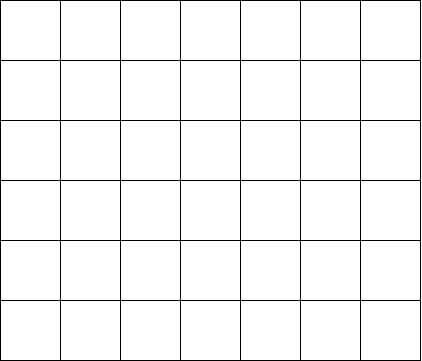
Before: Untitled Diagram.drawio.png, a diagram exported from draw.io (Take667/CIS285_EduCal_T1). Source tidied: cells renumbered, new cells last; positions are measured from the earlier drawing's top-left corner, leaving out a move shared by most shapes.
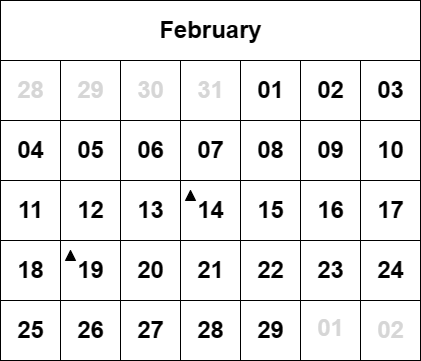
After the change.

Change to the diagram source:
```diff
@@ -107,26 +107,122 @@
     <mxCell id="36" style="rounded=0;whiteSpace=wrap;html=1;" parent="1" vertex="1">
       <mxGeometry x="360" y="240" width="60" height="60" as="geometry" />
     </mxCell>
-    <mxCell id="37" style="rounded=0;whiteSpace=wrap;html=1;" parent="1" vertex="1">
-      <mxGeometry y="300" width="60" height="60" as="geometry" />
-    </mxCell>
-    <mxCell id="38" style="rounded=0;whiteSpace=wrap;html=1;" parent="1" vertex="1">
-      <mxGeometry x="60" y="300" width="60" height="60" as="geometry" />
-    </mxCell>
-    <mxCell id="39" style="rounded=0;whiteSpace=wrap;html=1;" parent="1" vertex="1">
-      <mxGeometry x="120" y="300" width="60" height="60" as="geometry" />
-    </mxCell>
-    <mxCell id="40" style="rounded=0;whiteSpace=wrap;html=1;" parent="1" vertex="1">
-      <mxGeometry x="180" y="300" width="60" height="60" as="geometry" />
-    </mxCell>
-    <mxCell id="41" style="rounded=0;whiteSpace=wrap;html=1;" parent="1" vertex="1">
-      <mxGeometry x="240" y="300" width="60" height="60" as="geometry" />
-    </mxCell>
-    <mxCell id="42" style="rounded=0;whiteSpace=wrap;html=1;" parent="1" vertex="1">
-      <mxGeometry x="300" y="300" width="60" height="60" as="geometry" />
-    </mxCell>
-    <mxCell id="43" style="rounded=0;whiteSpace=wrap;html=1;" parent="1" vertex="1">
-      <mxGeometry x="360" y="300" width="60" height="60" as="geometry" />
-    </mxCell>
+    <mxCell id="44" style="rounded=0;whiteSpace=wrap;html=1;" parent="1" vertex="1">
+      <mxGeometry y="-60" width="420" height="60" as="geometry" />
+    </mxCell>
+    <mxCell id="45" value="February" style="text;strokeColor=none;fillColor=none;html=1;fontSize=24;fontStyle=1;verticalAlign=middle;align=center;" parent="1" vertex="1">
+      <mxGeometry x="160" y="-50" width="100" height="40" as="geometry" />
+    </mxCell>
+    <mxCell id="46" value="28" style="text;strokeColor=none;fillColor=none;html=1;fontSize=24;fontStyle=1;verticalAlign=middle;align=center;fontColor=#d6d6d6;" parent="1" vertex="1">
+      <mxGeometry x="15" y="25" width="30" height="10" as="geometry" />
+    </mxCell>
+    <mxCell id="47" value="29" style="text;strokeColor=none;fillColor=none;html=1;fontSize=24;fontStyle=1;verticalAlign=middle;align=center;fontColor=#d6d6d6;" parent="1" vertex="1">
+      <mxGeometry x="75" y="25" width="30" height="10" as="geometry" />
+    </mxCell>
+    <mxCell id="48" value="30" style="text;strokeColor=none;fillColor=none;html=1;fontSize=24;fontStyle=1;verticalAlign=middle;align=center;fontColor=#d6d6d6;" parent="1" vertex="1">
+      <mxGeometry x="135" y="25" width="30" height="10" as="geometry" />
+    </mxCell>
+    <mxCell id="49" value="31" style="text;strokeColor=none;fillColor=none;html=1;fontSize=24;fontStyle=1;verticalAlign=middle;align=center;fontColor=#d6d6d6;" parent="1" vertex="1">
+      <mxGeometry x="195" y="22.5" width="30" height="15" as="geometry" />
+    </mxCell>
+    <mxCell id="50" value="01" style="text;strokeColor=none;fillColor=none;html=1;fontSize=24;fontStyle=1;verticalAlign=middle;align=center;fontColor=#000000;" parent="1" vertex="1">
+      <mxGeometry x="255" y="25" width="30" height="10" as="geometry" />
+    </mxCell>
+    <mxCell id="51" value="02" style="text;strokeColor=none;fillColor=none;html=1;fontSize=24;fontStyle=1;verticalAlign=middle;align=center;" parent="1" vertex="1">
+      <mxGeometry x="315" y="20" width="30" height="20" as="geometry" />
+    </mxCell>
+    <mxCell id="52" value="03" style="text;strokeColor=none;fillColor=none;html=1;fontSize=24;fontStyle=1;verticalAlign=middle;align=center;" parent="1" vertex="1">
+      <mxGeometry x="375" y="20" width="30" height="20" as="geometry" />
+    </mxCell>
+    <mxCell id="53" value="04" style="text;strokeColor=none;fillColor=none;html=1;fontSize=24;fontStyle=1;verticalAlign=middle;align=center;" parent="1" vertex="1">
+      <mxGeometry x="15" y="80" width="30" height="20" as="geometry" />
+    </mxCell>
+    <mxCell id="54" value="05" style="text;strokeColor=none;fillColor=none;html=1;fontSize=24;fontStyle=1;verticalAlign=middle;align=center;" parent="1" vertex="1">
+      <mxGeometry x="75" y="80" width="30" height="20" as="geometry" />
+    </mxCell>
+    <mxCell id="55" value="06" style="text;strokeColor=none;fillColor=none;html=1;fontSize=24;fontStyle=1;verticalAlign=middle;align=center;" parent="1" vertex="1">
+      <mxGeometry x="135" y="80" width="30" height="20" as="geometry" />
+    </mxCell>
+    <mxCell id="56" value="07" style="text;strokeColor=none;fillColor=none;html=1;fontSize=24;fontStyle=1;verticalAlign=middle;align=center;" parent="1" vertex="1">
+      <mxGeometry x="195" y="80" width="30" height="20" as="geometry" />
+    </mxCell>
+    <mxCell id="57" value="08" style="text;strokeColor=none;fillColor=none;html=1;fontSize=24;fontStyle=1;verticalAlign=middle;align=center;" parent="1" vertex="1">
+      <mxGeometry x="255" y="80" width="30" height="20" as="geometry" />
+    </mxCell>
+    <mxCell id="58" value="09" style="text;strokeColor=none;fillColor=none;html=1;fontSize=24;fontStyle=1;verticalAlign=middle;align=center;" parent="1" vertex="1">
+      <mxGeometry x="315" y="80" width="30" height="20" as="geometry" />
+    </mxCell>
+    <mxCell id="59" value="10" style="text;strokeColor=none;fillColor=none;html=1;fontSize=24;fontStyle=1;verticalAlign=middle;align=center;" parent="1" vertex="1">
+      <mxGeometry x="375" y="80" width="30" height="20" as="geometry" />
+    </mxCell>
+    <mxCell id="60" value="11" style="text;strokeColor=none;fillColor=none;html=1;fontSize=24;fontStyle=1;verticalAlign=middle;align=center;" parent="1" vertex="1">
+      <mxGeometry x="15" y="140" width="30" height="20" as="geometry" />
+    </mxCell>
+    <mxCell id="61" value="12" style="text;strokeColor=none;fillColor=none;html=1;fontSize=24;fontStyle=1;verticalAlign=middle;align=center;" parent="1" vertex="1">
+      <mxGeometry x="75" y="140" width="30" height="20" as="geometry" />
+    </mxCell>
+    <mxCell id="62" value="13" style="text;strokeColor=none;fillColor=none;html=1;fontSize=24;fontStyle=1;verticalAlign=middle;align=center;" parent="1" vertex="1">
+      <mxGeometry x="135" y="140" width="30" height="20" as="geometry" />
+    </mxCell>
+    <mxCell id="63" value="14" style="text;strokeColor=none;fillColor=none;html=1;fontSize=24;fontStyle=1;verticalAlign=middle;align=center;" parent="1" vertex="1">
+      <mxGeometry x="195" y="140" width="30" height="20" as="geometry" />
+    </mxCell>
+    <mxCell id="64" value="15" style="text;strokeColor=none;fillColor=none;html=1;fontSize=24;fontStyle=1;verticalAlign=middle;align=center;" parent="1" vertex="1">
+      <mxGeometry x="255" y="140" width="30" height="20" as="geometry" />
+    </mxCell>
+    <mxCell id="65" value="16" style="text;strokeColor=none;fillColor=none;html=1;fontSize=24;fontStyle=1;verticalAlign=middle;align=center;" parent="1" vertex="1">
+      <mxGeometry x="315" y="140" width="30" height="20" as="geometry" />
+    </mxCell>
+    <mxCell id="66" value="17" style="text;strokeColor=none;fillColor=none;html=1;fontSize=24;fontStyle=1;verticalAlign=middle;align=center;" parent="1" vertex="1">
+      <mxGeometry x="375" y="140" width="30" height="20" as="geometry" />
+    </mxCell>
+    <mxCell id="67" value="18" style="text;strokeColor=none;fillColor=none;html=1;fontSize=24;fontStyle=1;verticalAlign=middle;align=center;" parent="1" vertex="1">
+      <mxGeometry x="15" y="200" width="30" height="20" as="geometry" />
+    </mxCell>
+    <mxCell id="68" value="19" style="text;strokeColor=none;fillColor=none;html=1;fontSize=24;fontStyle=1;verticalAlign=middle;align=center;" parent="1" vertex="1">
+      <mxGeometry x="75" y="200" width="30" height="20" as="geometry" />
+    </mxCell>
+    <mxCell id="69" value="20" style="text;strokeColor=none;fillColor=none;html=1;fontSize=24;fontStyle=1;verticalAlign=middle;align=center;" parent="1" vertex="1">
+      <mxGeometry x="135" y="200" width="30" height="20" as="geometry" />
+    </mxCell>
+    <mxCell id="70" value="21" style="text;strokeColor=none;fillColor=none;html=1;fontSize=24;fontStyle=1;verticalAlign=middle;align=center;" parent="1" vertex="1">
+      <mxGeometry x="195" y="200" width="30" height="20" as="geometry" />
+    </mxCell>
+    <mxCell id="71" value="22" style="text;strokeColor=none;fillColor=none;html=1;fontSize=24;fontStyle=1;verticalAlign=middle;align=center;" parent="1" vertex="1">
+      <mxGeometry x="255" y="200" width="30" height="20" as="geometry" />
+    </mxCell>
+    <mxCell id="72" value="23" style="text;strokeColor=none;fillColor=none;html=1;fontSize=24;fontStyle=1;verticalAlign=middle;align=center;" parent="1" vertex="1">
+      <mxGeometry x="315" y="200" width="30" height="20" as="geometry" />
+    </mxCell>
+    <mxCell id="73" value="24" style="text;strokeColor=none;fillColor=none;html=1;fontSize=24;fontStyle=1;verticalAlign=middle;align=center;" parent="1" vertex="1">
+      <mxGeometry x="375" y="200" width="30" height="20" as="geometry" />
+    </mxCell>
+    <mxCell id="74" value="25" style="text;strokeColor=none;fillColor=none;html=1;fontSize=24;fontStyle=1;verticalAlign=middle;align=center;" parent="1" vertex="1">
+      <mxGeometry x="15" y="260" width="30" height="20" as="geometry" />
+    </mxCell>
+    <mxCell id="75" value="26" style="text;strokeColor=none;fillColor=none;html=1;fontSize=24;fontStyle=1;verticalAlign=middle;align=center;" parent="1" vertex="1">
+      <mxGeometry x="75" y="260" width="30" height="20" as="geometry" />
+    </mxCell>
+    <mxCell id="76" value="27" style="text;strokeColor=none;fillColor=none;html=1;fontSize=24;fontStyle=1;verticalAlign=middle;align=center;" parent="1" vertex="1">
+      <mxGeometry x="135" y="260" width="30" height="20" as="geometry" />
+    </mxCell>
+    <mxCell id="77" value="28" style="text;strokeColor=none;fillColor=none;html=1;fontSize=24;fontStyle=1;verticalAlign=middle;align=center;" parent="1" vertex="1">
+      <mxGeometry x="195" y="260" width="30" height="20" as="geometry" />
+    </mxCell>
+    <mxCell id="78" value="29" style="text;strokeColor=none;fillColor=none;html=1;fontSize=24;fontStyle=1;verticalAlign=middle;align=center;" parent="1" vertex="1">
+      <mxGeometry x="255" y="260" width="30" height="20" as="geometry" />
+    </mxCell>
+    <mxCell id="79" value="01" style="text;strokeColor=none;fillColor=none;html=1;fontSize=24;fontStyle=1;verticalAlign=middle;align=center;fontColor=#d6d6d6;" parent="1" vertex="1">
+      <mxGeometry x="315" y="260" width="30" height="15" as="geometry" />
+    </mxCell>
+    <mxCell id="80" value="02" style="text;strokeColor=none;fillColor=none;html=1;fontSize=24;fontStyle=1;verticalAlign=middle;align=center;fontColor=#d6d6d6;" parent="1" vertex="1">
+      <mxGeometry x="375" y="262.5" width="30" height="15" as="geometry" />
+    </mxCell>
+    <mxCell id="81" style="triangle;whiteSpace=wrap;html=1;rotation=-90;labelBorderColor=default;labelBackgroundColor=#000000;fillColor=#000000;" parent="1" vertex="1">
+      <mxGeometry x="185" y="130" width="10" height="10" as="geometry" />
+    </mxCell>
+    <mxCell id="82" style="triangle;whiteSpace=wrap;html=1;rotation=-90;fillColor=#000000;" parent="1" vertex="1">
+      <mxGeometry x="65" y="190" width="10" height="10" as="geometry" />
+    </mxCell>
   </root>
 </mxGraphModel>
```
